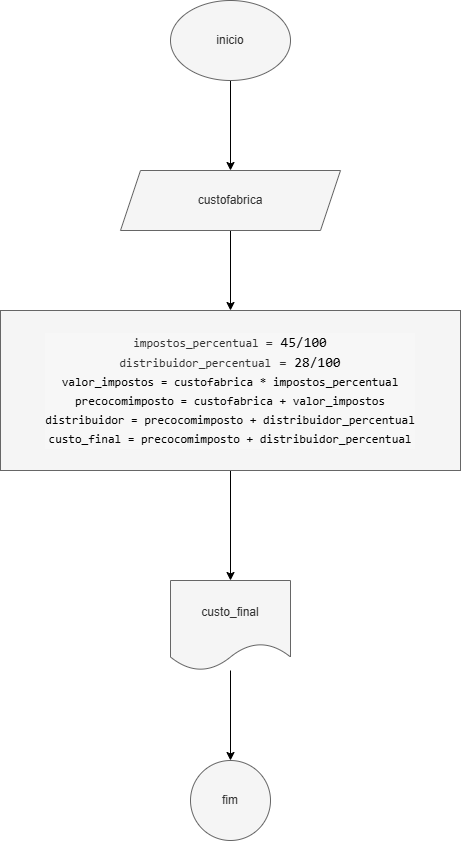
Before: variaveiseoperadoresaritmeticos1f/ex1_custocarro.drawio.png, a diagram exported from draw.io (Pedro-Duarte77/PA_pyton). Source tidied: cells renumbered, new cells last; positions are measured from the earlier drawing's top-left corner, leaving out a move shared by most shapes.
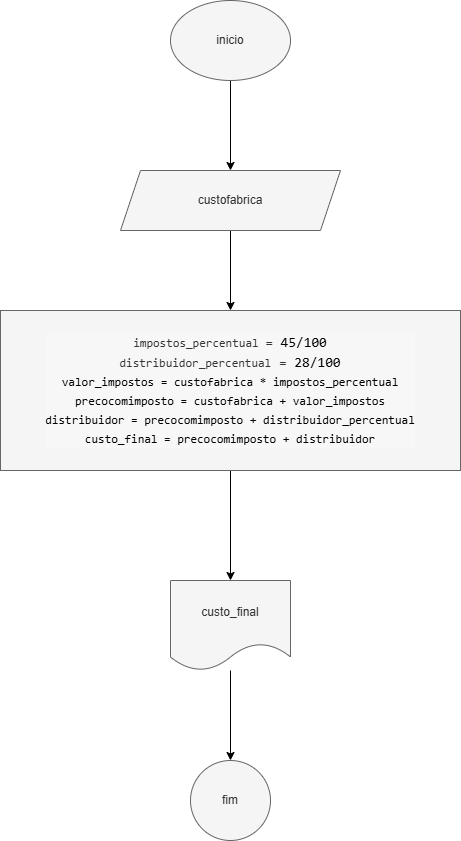
The same diagram one commit later.

What changed in the source:
```diff
@@ -26,7 +26,7 @@
     <mxCell id="7" style="edgeStyle=orthogonalEdgeStyle;rounded=0;jettySize=auto;html=1;" parent="1" edge="1" source="8" target="10">
       <mxGeometry relative="1" as="geometry" />
     </mxCell>
-    <mxCell id="8" value="&lt;div style=&quot;background-color: rgb(247, 247, 247); font-family: monospace, Consolas, &amp;quot;Courier New&amp;quot;, monospace; line-height: 19px; white-space: pre;&quot;&gt;&lt;div style=&quot;&quot;&gt;&lt;font style=&quot;font-size: 12px;&quot;&gt;impostos_percentual &lt;/font&gt;&lt;span style=&quot;font-size: 14px;&quot;&gt;= &lt;font style=&quot;color: rgb(0, 0, 0);&quot;&gt;&lt;span&gt;45&lt;/span&gt;/&lt;span&gt;100&lt;/span&gt;&lt;/font&gt;&lt;/span&gt;&lt;/div&gt;&lt;div style=&quot;&quot;&gt;&lt;font style=&quot;font-size: 12px;&quot;&gt;distribuidor_percentual&lt;/font&gt;&lt;span style=&quot;font-size: 14px;&quot;&gt; =&lt;font&gt; &lt;font style=&quot;color: rgb(0, 0, 0);&quot;&gt;&lt;span&gt;28&lt;/span&gt;/&lt;span&gt;100&lt;/span&gt;&lt;/font&gt;&lt;/font&gt;&lt;/span&gt;&lt;/div&gt;&lt;div style=&quot;&quot;&gt;&lt;span style=&quot;color: rgb(17, 102, 68);&quot;&gt;&lt;div style=&quot;color: rgb(0, 0, 0); line-height: 19px;&quot;&gt;&lt;font style=&quot;font-size: 12px;&quot;&gt;&lt;div style=&quot;&quot;&gt;valor_impostos = custofabrica * impostos_percentual&lt;/div&gt;&lt;div style=&quot;&quot;&gt;precocomimposto = custofabrica + valor_impostos&lt;/div&gt;&lt;div style=&quot;&quot;&gt;distribuidor = precocomimposto + distribuidor_percentual&lt;/div&gt;&lt;div style=&quot;&quot;&gt;custo_final = precocomimposto + distribuidor_percentual&lt;/div&gt;&lt;/font&gt;&lt;/div&gt;&lt;/span&gt;&lt;/div&gt;&lt;/div&gt;" style="whiteSpace=wrap;html=1;fillColor=#f5f5f5;strokeColor=#666666;fontColor=#333333;" parent="1" vertex="1">
+    <mxCell id="8" value="&lt;div style=&quot;background-color: rgb(247, 247, 247); font-family: monospace, Consolas, &amp;quot;Courier New&amp;quot;, monospace; line-height: 19px; white-space: pre;&quot;&gt;&lt;div style=&quot;&quot;&gt;&lt;font style=&quot;font-size: 12px;&quot;&gt;impostos_percentual &lt;/font&gt;&lt;span style=&quot;font-size: 14px;&quot;&gt;= &lt;font style=&quot;color: rgb(0, 0, 0);&quot;&gt;&lt;span&gt;45&lt;/span&gt;/&lt;span&gt;100&lt;/span&gt;&lt;/font&gt;&lt;/span&gt;&lt;/div&gt;&lt;div style=&quot;&quot;&gt;&lt;font style=&quot;font-size: 12px;&quot;&gt;distribuidor_percentual&lt;/font&gt;&lt;span style=&quot;font-size: 14px;&quot;&gt; =&lt;font&gt; &lt;font style=&quot;color: rgb(0, 0, 0);&quot;&gt;&lt;span&gt;28&lt;/span&gt;/&lt;span&gt;100&lt;/span&gt;&lt;/font&gt;&lt;/font&gt;&lt;/span&gt;&lt;/div&gt;&lt;div style=&quot;&quot;&gt;&lt;span style=&quot;color: rgb(17, 102, 68);&quot;&gt;&lt;div style=&quot;color: rgb(0, 0, 0); line-height: 19px;&quot;&gt;&lt;font style=&quot;font-size: 12px;&quot;&gt;&lt;div style=&quot;&quot;&gt;valor_impostos = custofabrica * impostos_percentual&lt;/div&gt;&lt;div style=&quot;&quot;&gt;precocomimposto = custofabrica + valor_impostos&lt;/div&gt;&lt;div style=&quot;&quot;&gt;distribuidor = precocomimposto + distribuidor_percentual&lt;/div&gt;&lt;div style=&quot;&quot;&gt;custo_final = precocomimposto + distribuidor&lt;/div&gt;&lt;/font&gt;&lt;/div&gt;&lt;/span&gt;&lt;/div&gt;&lt;/div&gt;" style="whiteSpace=wrap;html=1;fillColor=#f5f5f5;strokeColor=#666666;fontColor=#333333;" parent="1" vertex="1">
       <mxGeometry y="310" width="460" height="160" as="geometry" />
     </mxCell>
     <mxCell id="9" style="edgeStyle=orthogonalEdgeStyle;rounded=0;jettySize=auto;html=1;" parent="1" edge="1" source="10" target="11">
```
